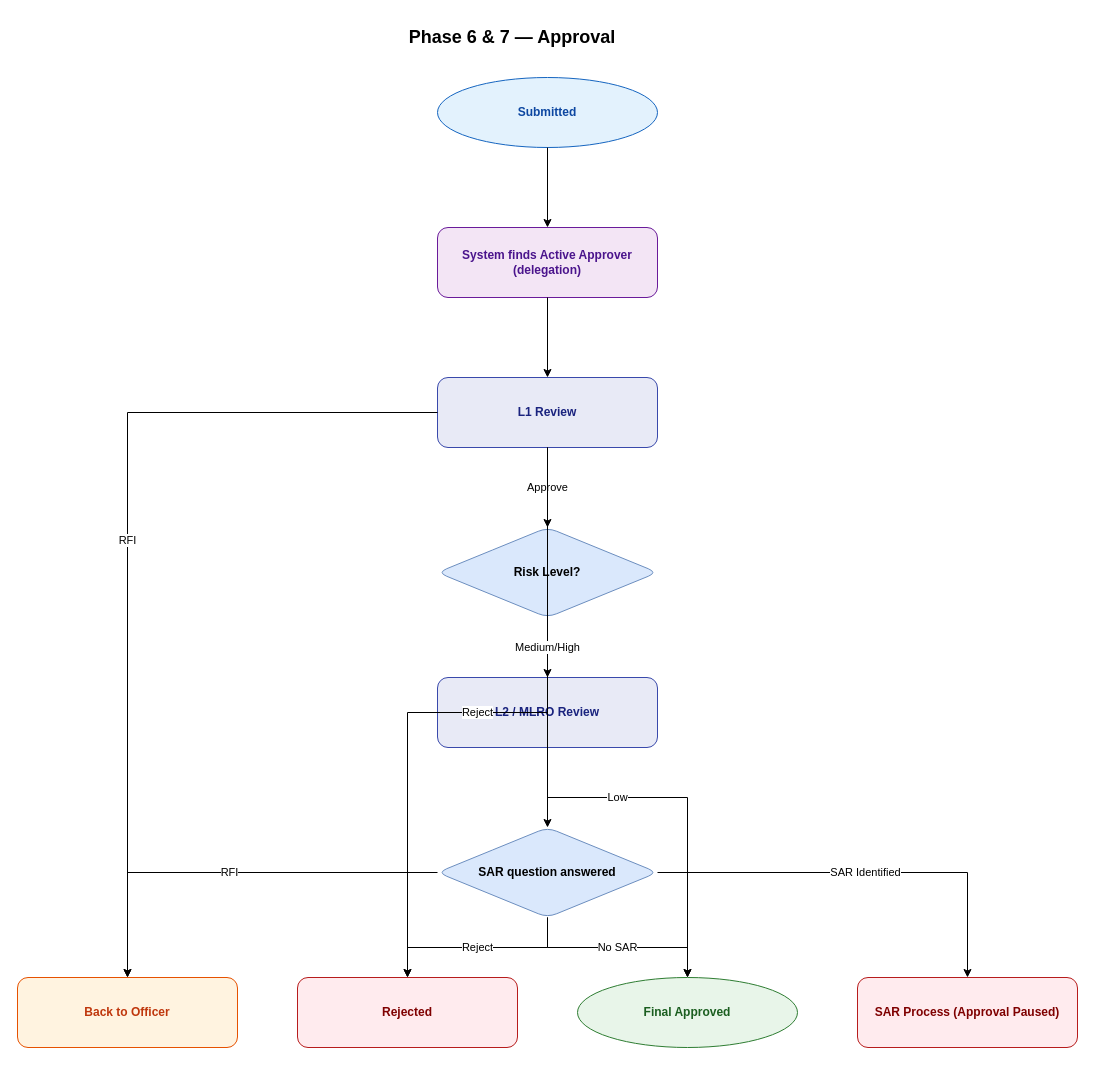
Above: page "Phase 6-7 Detail" (7 of 9) of docs/diagrams/drawio/best-practice-e2e.drawio in mazharr-hussain/KycReport (draw.io), before the change. Source tidied: cells renumbered, new cells numbered last; positions are measured from the earlier drawing's top-left corner, leaving out a move shared by most shapes. Both pictures are drawn from the tidied source at 100%, with x=0, y=0 at pixel (17, 17).
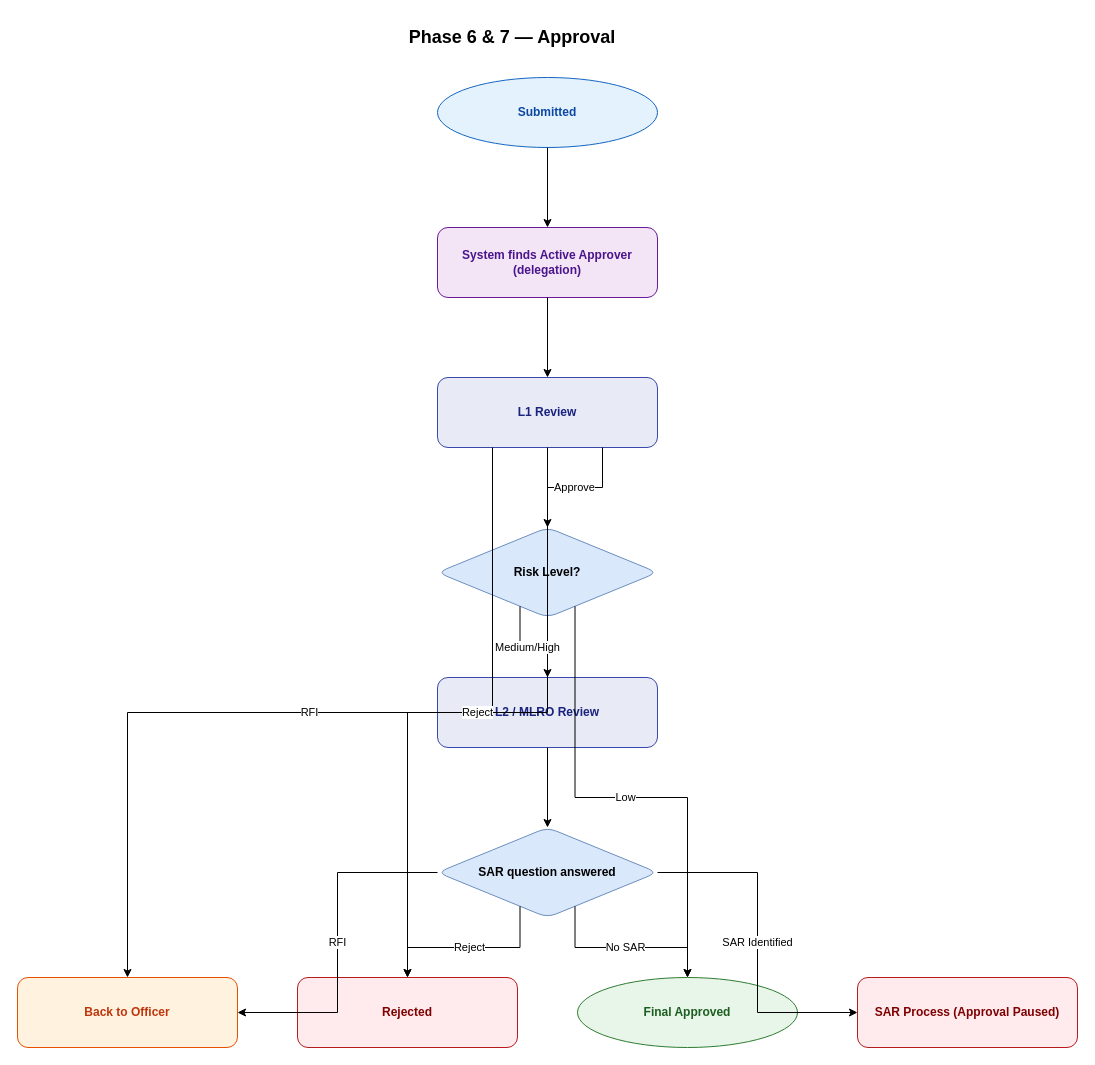
After the change.

The change refers to these unchanged cells:
```xml
<mxCell id="5" value="L1 Review" style="rect;whiteSpace=wrap;html=1;fillColor=#E8EAF6;strokeColor=#3949AB;fontColor=#1A237E;fontSize=12;fontStyle=1;rounded=1;" parent="1" vertex="1">
  <mxGeometry x="420" y="360" width="220" height="70" as="geometry" />
</mxCell>
<mxCell id="6" value="Risk Level?" style="rhombus;whiteSpace=wrap;html=1;fillColor=#dae8fc;strokeColor=#6c8ebf;fontColor=#000000;fontSize=12;fontStyle=1;rounded=1;" parent="1" vertex="1">
  <mxGeometry x="420" y="510" width="220" height="90" as="geometry" />
</mxCell>
<mxCell id="7" value="Back to Officer" style="rect;whiteSpace=wrap;html=1;fillColor=#FFF3E0;strokeColor=#E65100;fontColor=#BF360C;fontSize=12;fontStyle=1;rounded=1;" parent="1" vertex="1">
  <mxGeometry y="960" width="220" height="70" as="geometry" />
</mxCell>
<mxCell id="8" value="Rejected" style="rect;whiteSpace=wrap;html=1;fillColor=#FFEBEE;strokeColor=#B71C1C;fontColor=#7F0000;fontSize=12;fontStyle=1;rounded=1;" parent="1" vertex="1">
  <mxGeometry x="280" y="960" width="220" height="70" as="geometry" />
</mxCell>
<mxCell id="9" value="Final Approved" style="ellipse;whiteSpace=wrap;html=1;fillColor=#E8F5E9;strokeColor=#2E7D32;fontColor=#1B5E20;fontSize=12;fontStyle=1;rounded=1;" parent="1" vertex="1">
  <mxGeometry x="560" y="960" width="220" height="70" as="geometry" />
</mxCell>
<mxCell id="10" value="L2 / MLRO Review" style="rect;whiteSpace=wrap;html=1;fillColor=#E8EAF6;strokeColor=#3949AB;fontColor=#1A237E;fontSize=12;fontStyle=1;rounded=1;" parent="1" vertex="1">
  <mxGeometry x="420" y="660" width="220" height="70" as="geometry" />
</mxCell>
<mxCell id="11" value="SAR question answered" style="rhombus;whiteSpace=wrap;html=1;fillColor=#dae8fc;strokeColor=#6c8ebf;fontColor=#000000;fontSize=12;fontStyle=1;rounded=1;" parent="1" vertex="1">
  <mxGeometry x="420" y="810" width="220" height="90" as="geometry" />
</mxCell>
<mxCell id="12" value="SAR Process (Approval Paused)" style="rect;whiteSpace=wrap;html=1;fillColor=#FFEBEE;strokeColor=#B71C1C;fontColor=#7F0000;fontSize=12;fontStyle=1;rounded=1;" parent="1" vertex="1">
  <mxGeometry x="840" y="960" width="220" height="70" as="geometry" />
</mxCell>
```

What changed in the source:
```diff
@@
-    <mxCell id="15" value="Approve" style="edgeStyle=orthogonalEdgeStyle;rounded=0;html=1;fontSize=11;" parent="1" edge="1" source="5" target="6">
+    <mxCell id="15" value="Approve" style="edgeStyle=orthogonalEdgeStyle;rounded=0;html=1;fontSize=11;exitX=0.75;exitY=1.0;entryX=0.5;entryY=0.0;" parent="1" edge="1" source="5" target="6">
       <mxGeometry relative="1" as="geometry" />
     </mxCell>
-    <mxCell id="16" value="RFI" style="edgeStyle=orthogonalEdgeStyle;rounded=0;html=1;fontSize=11;" parent="1" edge="1" source="5" target="7">
+    <mxCell id="16" value="RFI" style="edgeStyle=orthogonalEdgeStyle;rounded=0;html=1;fontSize=11;exitX=0.25;exitY=1.0;entryX=0.5;entryY=0.0;" parent="1" edge="1" source="5" target="7">
       <mxGeometry relative="1" as="geometry" />
     </mxCell>
-    <mxCell id="17" value="Reject" style="edgeStyle=orthogonalEdgeStyle;rounded=0;html=1;fontSize=11;" parent="1" edge="1" source="5" target="8">
+    <mxCell id="17" value="Reject" style="edgeStyle=orthogonalEdgeStyle;rounded=0;html=1;fontSize=11;exitX=0.5;exitY=1.0;entryX=0.5;entryY=0.0;" parent="1" edge="1" source="5" target="8">
       <mxGeometry relative="1" as="geometry" />
     </mxCell>
-    <mxCell id="18" value="Low" style="edgeStyle=orthogonalEdgeStyle;rounded=0;html=1;fontSize=11;" parent="1" edge="1" source="6" target="9">
+    <mxCell id="18" value="Low" style="edgeStyle=orthogonalEdgeStyle;rounded=0;html=1;fontSize=11;exitX=0.6666666666666666;exitY=1.0;entryX=0.5;entryY=0.0;" parent="1" edge="1" source="6" target="9">
       <mxGeometry relative="1" as="geometry" />
     </mxCell>
-    <mxCell id="19" value="Medium/High" style="edgeStyle=orthogonalEdgeStyle;rounded=0;html=1;fontSize=11;" parent="1" edge="1" source="6" target="10">
+    <mxCell id="19" value="Medium/High" style="edgeStyle=orthogonalEdgeStyle;rounded=0;html=1;fontSize=11;exitX=0.3333333333333333;exitY=1.0;entryX=0.5;entryY=0.0;" parent="1" edge="1" source="6" target="10">
       <mxGeometry relative="1" as="geometry" />
     </mxCell>
@@
-    <mxCell id="21" value="No SAR" style="edgeStyle=orthogonalEdgeStyle;rounded=0;html=1;fontSize=11;" parent="1" edge="1" source="11" target="9">
+    <mxCell id="21" value="No SAR" style="edgeStyle=orthogonalEdgeStyle;rounded=0;html=1;fontSize=11;exitX=0.6666666666666666;exitY=1.0;entryX=0.5;entryY=0.0;" parent="1" edge="1" source="11" target="9">
       <mxGeometry relative="1" as="geometry" />
     </mxCell>
-    <mxCell id="22" value="SAR Identified" style="edgeStyle=orthogonalEdgeStyle;rounded=0;html=1;fontSize=11;" parent="1" edge="1" source="11" target="12">
+    <mxCell id="22" value="SAR Identified" style="edgeStyle=orthogonalEdgeStyle;rounded=0;html=1;fontSize=11;exitX=1.0;exitY=0.5;entryX=0.0;entryY=0.5;" parent="1" edge="1" source="11" target="12">
       <mxGeometry relative="1" as="geometry" />
     </mxCell>
-    <mxCell id="23" value="RFI" style="edgeStyle=orthogonalEdgeStyle;rounded=0;html=1;fontSize=11;" parent="1" edge="1" source="11" target="7">
+    <mxCell id="23" value="RFI" style="edgeStyle=orthogonalEdgeStyle;rounded=0;html=1;fontSize=11;exitX=0.0;exitY=0.5;entryX=1.0;entryY=0.5;" parent="1" edge="1" source="11" target="7">
       <mxGeometry relative="1" as="geometry" />
     </mxCell>
-    <mxCell id="24" value="Reject" style="edgeStyle=orthogonalEdgeStyle;rounded=0;html=1;fontSize=11;" parent="1" edge="1" source="11" target="8">
+    <mxCell id="24" value="Reject" style="edgeStyle=orthogonalEdgeStyle;rounded=0;html=1;fontSize=11;exitX=0.3333333333333333;exitY=1.0;entryX=0.5;entryY=0.0;" parent="1" edge="1" source="11" target="8">
       <mxGeometry relative="1" as="geometry" />
     </mxCell>
```
